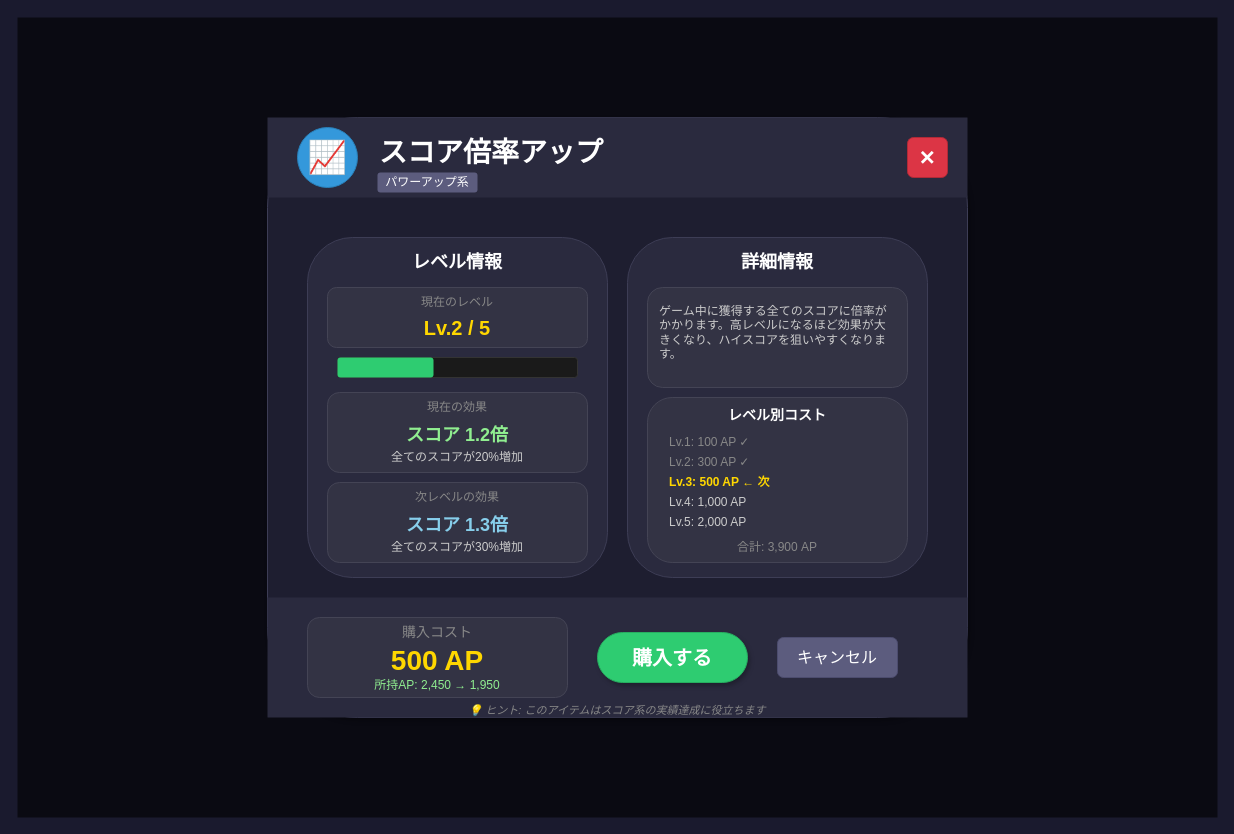
This is docs/design/page_layout/51_shop_item_dialog.drawio from taku-o/awaputi2, a draw.io file, before an edit. Source tidied: cells renumbered, new cells numbered last; positions are measured from the earlier drawing's top-left corner, leaving out a move shared by most shapes. Both pictures are drawn from the tidied source at 100%, with x=0, y=0 at pixel (17, 17).
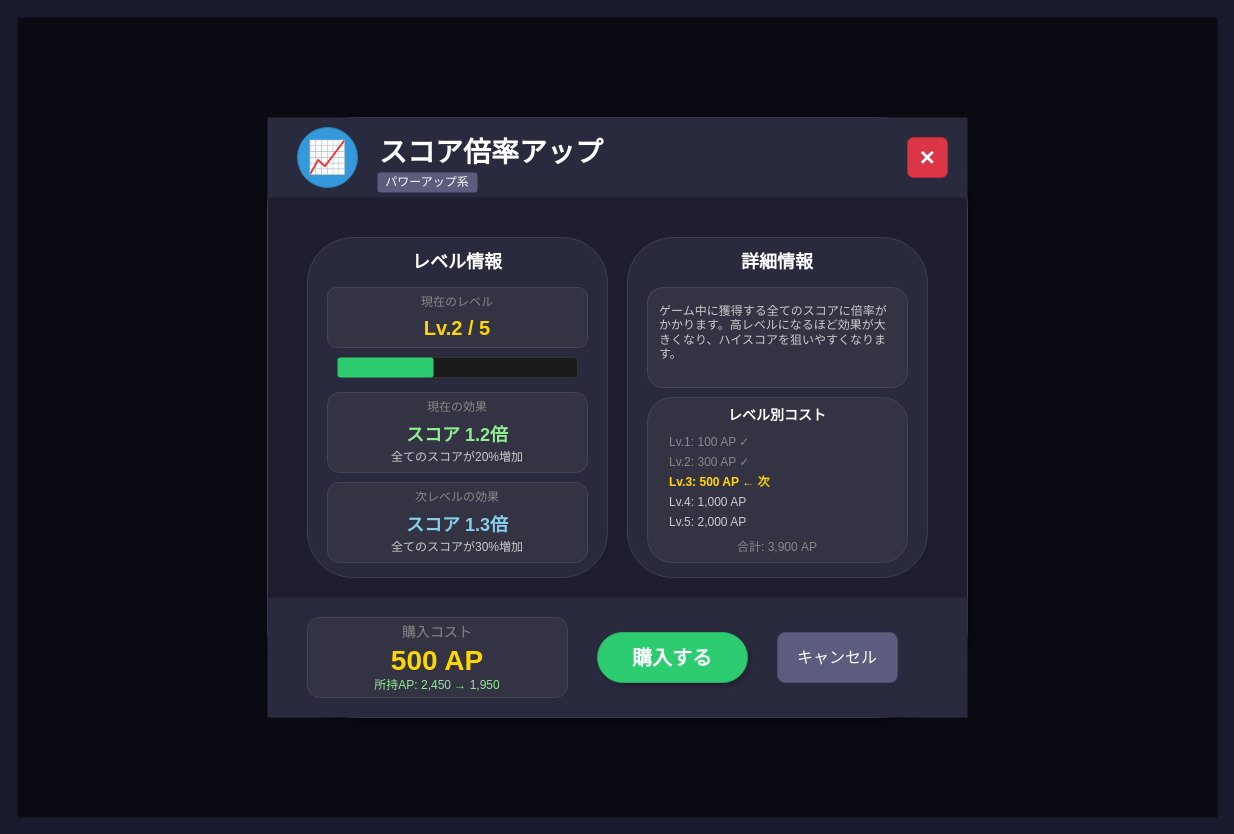
After the change.

What changed in the source:
```diff
@@
     <mxCell id="44" value="キャンセル" style="rounded=1;whiteSpace=wrap;html=1;fillColor=#5c5c7e;strokeColor=#4c4c6e;fontSize=16;fontColor=#ffffff;" parent="1" vertex="1">
-      <mxGeometry x="760" y="620" width="120" height="40" as="geometry" />
+      <mxGeometry x="760" y="615" width="120" height="50" as="geometry" />
     </mxCell>
-    <mxCell id="45" value="💡 ヒント: このアイテムはスコア系の実績達成に役立ちます" style="text;html=1;strokeColor=none;fillColor=none;align=center;verticalAlign=middle;whiteSpace=wrap;rounded=0;fontSize=11;fontColor=#888888;fontStyle=2;" parent="1" vertex="1">
-      <mxGeometry x="350" y="685" width="500" height="15" as="geometry" />
-    </mxCell>
```
